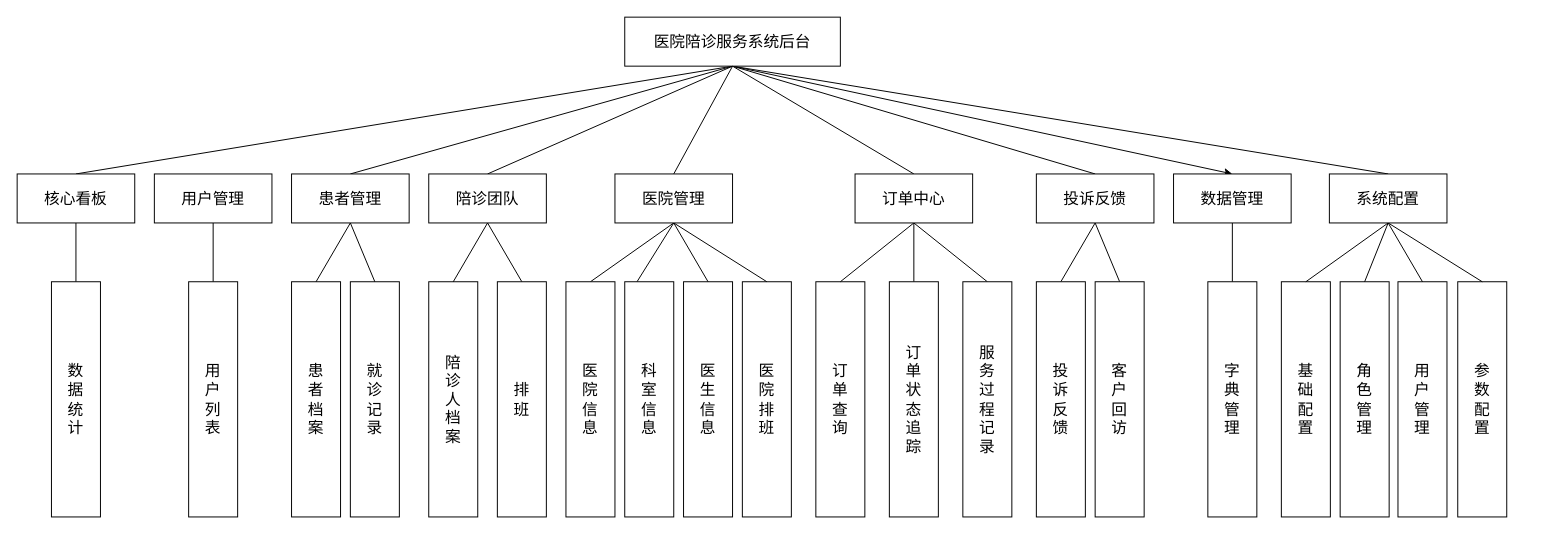
Lumirelle/the-final-poem keeps this draw.io diagram as page "用例图2" (1 of 4) of docs/我的文档/过程文档/THE FINAL POEM.drawio. Above is the earlier version. Source tidied: cells renumbered, new cells numbered last; positions are measured from the earlier drawing's top-left corner, leaving out a move shared by most shapes. Both pictures are drawn from the tidied source at 98%, with x=0, y=0 at pixel (17, 17).
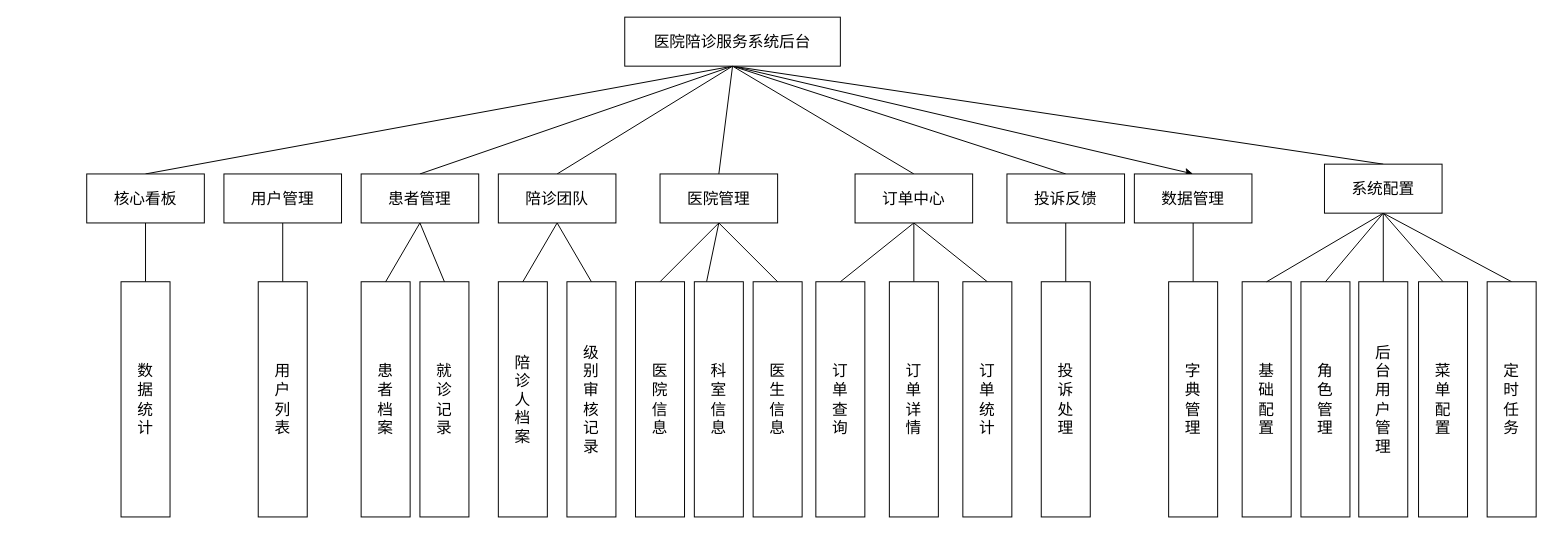
The same page after the edit.

Diff of the diagram source:
```diff
@@
-    <mxCell id="13" value="&lt;font size=&quot;3&quot;&gt;排&lt;/font&gt;&lt;div&gt;&lt;font size=&quot;3&quot;&gt;班&lt;/font&gt;&lt;/div&gt;" style="rounded=0;whiteSpace=wrap;html=1;" parent="1" vertex="1">
-      <mxGeometry x="490" y="270" width="50" height="240" as="geometry" />
+    <mxCell id="13" value="&lt;font size=&quot;3&quot;&gt;级&lt;/font&gt;&lt;div&gt;&lt;font size=&quot;3&quot;&gt;别&lt;/font&gt;&lt;br&gt;&lt;div&gt;&lt;font size=&quot;3&quot;&gt;审&lt;/font&gt;&lt;/div&gt;&lt;div&gt;&lt;font size=&quot;3&quot;&gt;核&lt;/font&gt;&lt;/div&gt;&lt;/div&gt;&lt;div&gt;&lt;font size=&quot;3&quot;&gt;记&lt;/font&gt;&lt;/div&gt;&lt;div&gt;&lt;font size=&quot;3&quot;&gt;录&lt;/font&gt;&lt;/div&gt;" style="rounded=0;whiteSpace=wrap;html=1;" parent="1" vertex="1">
+      <mxGeometry x="561" y="270" width="50" height="240" as="geometry" />
     </mxCell>
@@
     <mxCell id="15" value="&lt;span style=&quot;font-size: 16px;&quot;&gt;陪&lt;/span&gt;&lt;div&gt;&lt;span style=&quot;font-size: 16px;&quot;&gt;诊&lt;/span&gt;&lt;/div&gt;&lt;div&gt;&lt;span style=&quot;font-size: 16px;&quot;&gt;人&lt;/span&gt;&lt;/div&gt;&lt;div&gt;&lt;span style=&quot;font-size: 16px;&quot;&gt;档&lt;/span&gt;&lt;/div&gt;&lt;div&gt;&lt;span style=&quot;font-size: 16px;&quot;&gt;案&lt;/span&gt;&lt;/div&gt;" style="rounded=0;whiteSpace=wrap;html=1;" parent="1" vertex="1">
-      <mxGeometry x="420" y="270" width="50" height="240" as="geometry" />
+      <mxGeometry x="491" y="270" width="50" height="240" as="geometry" />
     </mxCell>
@@
-    <mxCell id="17" value="&lt;font size=&quot;3&quot;&gt;订&lt;/font&gt;&lt;div&gt;&lt;font size=&quot;3&quot;&gt;单&lt;/font&gt;&lt;/div&gt;&lt;div&gt;&lt;font size=&quot;3&quot;&gt;状&lt;/font&gt;&lt;/div&gt;&lt;div&gt;&lt;font size=&quot;3&quot;&gt;态&lt;/font&gt;&lt;/div&gt;&lt;div&gt;&lt;font size=&quot;3&quot;&gt;追&lt;/font&gt;&lt;/div&gt;&lt;div&gt;&lt;font size=&quot;3&quot;&gt;踪&lt;/font&gt;&lt;/div&gt;" style="rounded=0;whiteSpace=wrap;html=1;" parent="1" vertex="1">
+    <mxCell id="17" value="&lt;font size=&quot;3&quot;&gt;订&lt;/font&gt;&lt;div&gt;&lt;font size=&quot;3&quot;&gt;单&lt;/font&gt;&lt;/div&gt;&lt;div&gt;&lt;font size=&quot;3&quot;&gt;详&lt;/font&gt;&lt;/div&gt;&lt;div&gt;&lt;font size=&quot;3&quot;&gt;情&lt;/font&gt;&lt;/div&gt;" style="rounded=0;whiteSpace=wrap;html=1;" parent="1" vertex="1">
       <mxGeometry x="890" y="270" width="50" height="240" as="geometry" />
     </mxCell>
@@
-    <mxCell id="19" value="&lt;font size=&quot;3&quot;&gt;服&lt;/font&gt;&lt;div&gt;&lt;font size=&quot;3&quot;&gt;务&lt;/font&gt;&lt;/div&gt;&lt;div&gt;&lt;font size=&quot;3&quot;&gt;过&lt;/font&gt;&lt;/div&gt;&lt;div&gt;&lt;font size=&quot;3&quot;&gt;程&lt;/font&gt;&lt;/div&gt;&lt;div&gt;&lt;font size=&quot;3&quot;&gt;记&lt;/font&gt;&lt;/div&gt;&lt;div&gt;&lt;font size=&quot;3&quot;&gt;录&lt;/font&gt;&lt;/div&gt;" style="rounded=0;whiteSpace=wrap;html=1;" parent="1" vertex="1">
+    <mxCell id="19" value="&lt;font size=&quot;3&quot;&gt;订&lt;/font&gt;&lt;div&gt;&lt;font size=&quot;3&quot;&gt;单&lt;/font&gt;&lt;/div&gt;&lt;div&gt;&lt;font size=&quot;3&quot;&gt;统&lt;/font&gt;&lt;/div&gt;&lt;div&gt;&lt;font size=&quot;3&quot;&gt;计&lt;/font&gt;&lt;/div&gt;" style="rounded=0;whiteSpace=wrap;html=1;" parent="1" vertex="1">
       <mxGeometry x="965" y="270" width="50" height="240" as="geometry" />
     </mxCell>
-    <mxCell id="20" style="edgeStyle=none;html=1;exitX=0.5;exitY=0;exitDx=0;exitDy=0;entryX=0.5;entryY=1;entryDx=0;entryDy=0;fontSize=16;endArrow=none;endFill=0;" parent="1" edge="1" source="21" target="29">
-      <mxGeometry relative="1" as="geometry" />
-    </mxCell>
-    <mxCell id="21" value="&lt;span style=&quot;font-size: 16px;&quot;&gt;客&lt;/span&gt;&lt;div&gt;&lt;span style=&quot;font-size: 16px;&quot;&gt;户&lt;/span&gt;&lt;/div&gt;&lt;div&gt;&lt;span style=&quot;font-size: 16px;&quot;&gt;回&lt;/span&gt;&lt;/div&gt;&lt;div&gt;&lt;span style=&quot;font-size: 16px;&quot;&gt;访&lt;/span&gt;&lt;/div&gt;" style="rounded=0;whiteSpace=wrap;html=1;" parent="1" vertex="1">
-      <mxGeometry x="1100" y="270" width="50" height="240" as="geometry" />
-    </mxCell>
     <mxCell id="22" value="&lt;font size=&quot;3&quot;&gt;科&lt;/font&gt;&lt;div&gt;&lt;font size=&quot;3&quot;&gt;室&lt;/font&gt;&lt;/div&gt;&lt;div&gt;&lt;font size=&quot;3&quot;&gt;信&lt;/font&gt;&lt;/div&gt;&lt;div&gt;&lt;font size=&quot;3&quot;&gt;息&lt;/font&gt;&lt;/div&gt;" style="rounded=0;whiteSpace=wrap;html=1;" parent="1" vertex="1">
-      <mxGeometry x="620" y="270" width="50" height="240" as="geometry" />
+      <mxGeometry x="691" y="270" width="50" height="240" as="geometry" />
     </mxCell>
     <mxCell id="23" value="&lt;font size=&quot;3&quot;&gt;医&lt;/font&gt;&lt;div&gt;&lt;font size=&quot;3&quot;&gt;院&lt;/font&gt;&lt;/div&gt;&lt;div&gt;&lt;font size=&quot;3&quot;&gt;信&lt;/font&gt;&lt;/div&gt;&lt;div&gt;&lt;font size=&quot;3&quot;&gt;息&lt;/font&gt;&lt;/div&gt;" style="rounded=0;whiteSpace=wrap;html=1;" parent="1" vertex="1">
-      <mxGeometry x="560" y="270" width="50" height="240" as="geometry" />
+      <mxGeometry x="631" y="270" width="50" height="240" as="geometry" />
     </mxCell>
@@
     <mxCell id="25" value="&lt;span style=&quot;font-size: 16px;&quot;&gt;陪诊团队&lt;/span&gt;" style="rounded=0;whiteSpace=wrap;html=1;" parent="1" vertex="1">
-      <mxGeometry x="420" y="160" width="120" height="50" as="geometry" />
+      <mxGeometry x="491" y="160" width="120" height="50" as="geometry" />
     </mxCell>
@@
     <mxCell id="29" value="&lt;font style=&quot;font-size: 16px;&quot;&gt;投诉反馈&lt;/font&gt;" style="rounded=0;whiteSpace=wrap;html=1;" parent="1" vertex="1">
-      <mxGeometry x="1040" y="160" width="120" height="50" as="geometry" />
+      <mxGeometry x="1010" y="160" width="120" height="50" as="geometry" />
     </mxCell>
@@
     <mxCell id="31" value="&lt;div&gt;&lt;font size=&quot;3&quot;&gt;医&lt;/font&gt;&lt;/div&gt;&lt;div&gt;&lt;font size=&quot;3&quot;&gt;生&lt;/font&gt;&lt;/div&gt;&lt;div&gt;&lt;font size=&quot;3&quot;&gt;信&lt;/font&gt;&lt;/div&gt;&lt;div&gt;&lt;font size=&quot;3&quot;&gt;息&lt;/font&gt;&lt;/div&gt;" style="rounded=0;whiteSpace=wrap;html=1;" parent="1" vertex="1">
-      <mxGeometry x="680" y="270" width="50" height="240" as="geometry" />
+      <mxGeometry x="751" y="270" width="50" height="240" as="geometry" />
     </mxCell>
-    <mxCell id="32" value="&lt;font size=&quot;3&quot;&gt;医&lt;/font&gt;&lt;div&gt;&lt;font size=&quot;3&quot;&gt;院&lt;/font&gt;&lt;/div&gt;&lt;div&gt;&lt;font size=&quot;3&quot;&gt;排&lt;/font&gt;&lt;/div&gt;&lt;div&gt;&lt;font size=&quot;3&quot;&gt;班&lt;/font&gt;&lt;/div&gt;" style="rounded=0;whiteSpace=wrap;html=1;" parent="1" vertex="1">
-      <mxGeometry x="740" y="270" width="50" height="240" as="geometry" />
-    </mxCell>
@@
-    <mxCell id="34" style="edgeStyle=none;shape=connector;rounded=0;jettySize=auto;html=1;exitX=0.5;exitY=1;exitDx=0;exitDy=0;entryX=0.5;entryY=0;entryDx=0;entryDy=0;strokeColor=default;align=center;verticalAlign=middle;fontFamily=Helvetica;fontSize=11;fontColor=default;labelBackgroundColor=default;startFill=0;endArrow=none;" parent="1" edge="1" source="35" target="32">
-      <mxGeometry relative="1" as="geometry" />
-    </mxCell>
     <mxCell id="35" value="&lt;span style=&quot;font-size: 16px;&quot;&gt;医院管理&lt;/span&gt;" style="rounded=0;whiteSpace=wrap;html=1;" parent="1" vertex="1">
-      <mxGeometry x="610" y="160" width="120" height="50" as="geometry" />
+      <mxGeometry x="656" y="160" width="120" height="50" as="geometry" />
     </mxCell>
-    <mxCell id="36" value="&lt;font size=&quot;3&quot;&gt;投&lt;/font&gt;&lt;div&gt;&lt;font size=&quot;3&quot;&gt;诉&lt;/font&gt;&lt;br&gt;&lt;div&gt;&lt;font size=&quot;3&quot;&gt;反&lt;/font&gt;&lt;/div&gt;&lt;div&gt;&lt;font size=&quot;3&quot;&gt;馈&lt;/font&gt;&lt;/div&gt;&lt;/div&gt;" style="rounded=0;whiteSpace=wrap;html=1;" parent="1" vertex="1">
-      <mxGeometry x="1040" y="270" width="50" height="240" as="geometry" />
+    <mxCell id="36" value="&lt;font size=&quot;3&quot;&gt;投&lt;/font&gt;&lt;div&gt;&lt;font size=&quot;3&quot;&gt;诉&lt;/font&gt;&lt;/div&gt;&lt;div&gt;&lt;font size=&quot;3&quot;&gt;处&lt;/font&gt;&lt;/div&gt;&lt;div&gt;&lt;font size=&quot;3&quot;&gt;理&lt;/font&gt;&lt;/div&gt;" style="rounded=0;whiteSpace=wrap;html=1;" parent="1" vertex="1">
+      <mxGeometry x="1045" y="270" width="50" height="240" as="geometry" />
     </mxCell>
@@
     <mxCell id="38" value="&lt;span style=&quot;font-size: 16px;&quot;&gt;用户管理&lt;/span&gt;" style="rounded=0;whiteSpace=wrap;html=1;" parent="1" vertex="1">
-      <mxGeometry x="140" y="160" width="120" height="50" as="geometry" />
+      <mxGeometry x="211" y="160" width="120" height="50" as="geometry" />
     </mxCell>
     <mxCell id="39" value="&lt;span style=&quot;font-size: 16px;&quot;&gt;用&lt;/span&gt;&lt;div&gt;&lt;span style=&quot;font-size: 16px;&quot;&gt;户&lt;/span&gt;&lt;/div&gt;&lt;div&gt;&lt;span style=&quot;font-size: 16px;&quot;&gt;列&lt;/span&gt;&lt;/div&gt;&lt;div&gt;&lt;span style=&quot;font-size: 16px;&quot;&gt;表&lt;/span&gt;&lt;/div&gt;" style="rounded=0;whiteSpace=wrap;html=1;" parent="1" vertex="1">
-      <mxGeometry x="175" y="270" width="50" height="240" as="geometry" />
+      <mxGeometry x="246" y="270" width="50" height="240" as="geometry" />
     </mxCell>
     <mxCell id="40" value="&lt;span style=&quot;font-size: 16px;&quot;&gt;就&lt;/span&gt;&lt;div&gt;&lt;span style=&quot;font-size: 16px;&quot;&gt;诊&lt;/span&gt;&lt;/div&gt;&lt;div&gt;&lt;span style=&quot;font-size: 16px;&quot;&gt;记&lt;/span&gt;&lt;/div&gt;&lt;div&gt;&lt;span style=&quot;font-size: 16px;&quot;&gt;录&lt;/span&gt;&lt;/div&gt;" style="rounded=0;whiteSpace=wrap;html=1;" parent="1" vertex="1">
-      <mxGeometry x="340" y="270" width="50" height="240" as="geometry" />
+      <mxGeometry x="411" y="270" width="50" height="240" as="geometry" />
     </mxCell>
     <mxCell id="41" value="&lt;span style=&quot;font-size: 16px;&quot;&gt;患&lt;/span&gt;&lt;div&gt;&lt;span style=&quot;font-size: 16px;&quot;&gt;者&lt;/span&gt;&lt;br&gt;&lt;div&gt;&lt;span style=&quot;font-size: 16px;&quot;&gt;档&lt;/span&gt;&lt;/div&gt;&lt;div&gt;&lt;span style=&quot;font-size: 16px;&quot;&gt;案&lt;/span&gt;&lt;/div&gt;&lt;/div&gt;" style="rounded=0;whiteSpace=wrap;html=1;" parent="1" vertex="1">
-      <mxGeometry x="280" y="270" width="50" height="240" as="geometry" />
+      <mxGeometry x="351" y="270" width="50" height="240" as="geometry" />
     </mxCell>
@@
     <mxCell id="44" value="&lt;font style=&quot;font-size: 16px;&quot;&gt;患者管理&lt;/font&gt;" style="rounded=0;whiteSpace=wrap;html=1;" parent="1" vertex="1">
-      <mxGeometry x="280" y="160" width="120" height="50" as="geometry" />
+      <mxGeometry x="351" y="160" width="120" height="50" as="geometry" />
     </mxCell>
@@
-    <mxCell id="46" value="&lt;font size=&quot;3&quot;&gt;参&lt;/font&gt;&lt;div&gt;&lt;font size=&quot;3&quot;&gt;数&lt;/font&gt;&lt;/div&gt;&lt;div&gt;&lt;font size=&quot;3&quot;&gt;配&lt;/font&gt;&lt;/div&gt;&lt;div&gt;&lt;font size=&quot;3&quot;&gt;置&lt;/font&gt;&lt;/div&gt;" style="rounded=0;whiteSpace=wrap;html=1;" parent="1" vertex="1">
-      <mxGeometry x="1470" y="270" width="50" height="240" as="geometry" />
-    </mxCell>
     <mxCell id="47" value="&lt;font size=&quot;3&quot;&gt;基&lt;/font&gt;&lt;div&gt;&lt;font size=&quot;3&quot;&gt;础&lt;/font&gt;&lt;/div&gt;&lt;div&gt;&lt;font size=&quot;3&quot;&gt;配&lt;/font&gt;&lt;/div&gt;&lt;div&gt;&lt;font size=&quot;3&quot;&gt;置&lt;/font&gt;&lt;/div&gt;" style="rounded=0;whiteSpace=wrap;html=1;" parent="1" vertex="1">
-      <mxGeometry x="1290" y="270" width="50" height="240" as="geometry" />
+      <mxGeometry x="1250" y="270" width="50" height="240" as="geometry" />
     </mxCell>
-    <mxCell id="48" value="&lt;font size=&quot;3&quot;&gt;用&lt;/font&gt;&lt;div&gt;&lt;font size=&quot;3&quot;&gt;户&lt;/font&gt;&lt;br&gt;&lt;div&gt;&lt;font size=&quot;3&quot;&gt;管&lt;br&gt;理&lt;/font&gt;&lt;/div&gt;&lt;/div&gt;" style="rounded=0;whiteSpace=wrap;html=1;" parent="1" vertex="1">
-      <mxGeometry x="1409" y="270" width="50" height="240" as="geometry" />
+    <mxCell id="48" value="&lt;div&gt;&lt;font size=&quot;3&quot;&gt;后&lt;/font&gt;&lt;/div&gt;&lt;div&gt;&lt;font size=&quot;3&quot;&gt;台&lt;/font&gt;&lt;/div&gt;&lt;font size=&quot;3&quot;&gt;用&lt;/font&gt;&lt;div&gt;&lt;font size=&quot;3&quot;&gt;户&lt;/font&gt;&lt;br&gt;&lt;div&gt;&lt;font size=&quot;3&quot;&gt;管&lt;br&gt;理&lt;/font&gt;&lt;/div&gt;&lt;/div&gt;" style="rounded=0;whiteSpace=wrap;html=1;" parent="1" vertex="1">
+      <mxGeometry x="1369" y="270" width="50" height="240" as="geometry" />
     </mxCell>
     <mxCell id="49" value="&lt;font size=&quot;3&quot;&gt;角&lt;/font&gt;&lt;div&gt;&lt;font size=&quot;3&quot;&gt;色&lt;/font&gt;&lt;br&gt;&lt;div&gt;&lt;font size=&quot;3&quot;&gt;管&lt;br&gt;理&lt;/font&gt;&lt;/div&gt;&lt;/div&gt;" style="rounded=0;whiteSpace=wrap;html=1;" parent="1" vertex="1">
-      <mxGeometry x="1350" y="270" width="50" height="240" as="geometry" />
+      <mxGeometry x="1310" y="270" width="50" height="240" as="geometry" />
     </mxCell>
@@
-    <mxCell id="53" style="edgeStyle=none;shape=connector;rounded=0;jettySize=auto;html=1;exitX=0.5;exitY=1;exitDx=0;exitDy=0;entryX=0.5;entryY=0;entryDx=0;entryDy=0;strokeColor=default;align=center;verticalAlign=middle;fontFamily=Helvetica;fontSize=11;fontColor=default;labelBackgroundColor=default;startFill=0;endArrow=none;" parent="1" edge="1" source="54" target="46">
-      <mxGeometry relative="1" as="geometry" />
-    </mxCell>
+    <mxCell id="61" style="edgeStyle=none;shape=connector;rounded=0;jettySize=auto;html=1;exitX=0.5;exitY=1;exitDx=0;exitDy=0;entryX=0.5;entryY=0;entryDx=0;entryDy=0;strokeColor=default;align=center;verticalAlign=middle;fontFamily=Helvetica;fontSize=11;fontColor=default;labelBackgroundColor=default;startFill=0;endArrow=none;" parent="1" edge="1" source="54" target="63">
+      <mxGeometry relative="1" as="geometry" />
+    </mxCell>
+    <mxCell id="62" style="edgeStyle=none;shape=connector;rounded=0;jettySize=auto;html=1;exitX=0.5;exitY=1;exitDx=0;exitDy=0;entryX=0.5;entryY=0;entryDx=0;entryDy=0;strokeColor=default;align=center;verticalAlign=middle;fontFamily=Helvetica;fontSize=11;fontColor=default;labelBackgroundColor=default;startFill=0;endArrow=none;" parent="1" edge="1" source="54" target="64">
+      <mxGeometry relative="1" as="geometry" />
+    </mxCell>
     <mxCell id="54" value="&lt;span style=&quot;font-size: 16px;&quot;&gt;系统配置&lt;/span&gt;" style="rounded=0;whiteSpace=wrap;html=1;" parent="1" vertex="1">
-      <mxGeometry x="1339" y="160" width="120" height="50" as="geometry" />
+      <mxGeometry x="1334" y="150" width="120" height="50" as="geometry" />
     </mxCell>
@@
     <mxCell id="56" value="&lt;font style=&quot;font-size: 16px;&quot;&gt;核心看板&lt;/font&gt;" style="rounded=0;whiteSpace=wrap;html=1;" parent="1" vertex="1">
-      <mxGeometry y="160" width="120" height="50" as="geometry" />
+      <mxGeometry x="71" y="160" width="120" height="50" as="geometry" />
     </mxCell>
     <mxCell id="57" value="&lt;span style=&quot;font-size: 16px;&quot;&gt;数&lt;/span&gt;&lt;div&gt;&lt;span style=&quot;font-size: 16px;&quot;&gt;据&lt;/span&gt;&lt;/div&gt;&lt;div&gt;&lt;span style=&quot;font-size: 16px;&quot;&gt;统&lt;/span&gt;&lt;/div&gt;&lt;div&gt;&lt;span style=&quot;font-size: 16px;&quot;&gt;计&lt;/span&gt;&lt;/div&gt;" style="rounded=0;whiteSpace=wrap;html=1;" parent="1" vertex="1">
-      <mxGeometry x="35" y="270" width="50" height="240" as="geometry" />
+      <mxGeometry x="106" y="270" width="50" height="240" as="geometry" />
     </mxCell>
@@
     <mxCell id="59" value="&lt;font style=&quot;font-size: 16px;&quot;&gt;数据管理&lt;/font&gt;" style="rounded=0;whiteSpace=wrap;html=1;" parent="1" vertex="1">
-      <mxGeometry x="1180" y="160" width="120" height="50" as="geometry" />
+      <mxGeometry x="1140" y="160" width="120" height="50" as="geometry" />
     </mxCell>
     <mxCell id="60" value="&lt;font size=&quot;3&quot;&gt;字&lt;/font&gt;&lt;div&gt;&lt;font size=&quot;3&quot;&gt;典&lt;/font&gt;&lt;/div&gt;&lt;div&gt;&lt;font size=&quot;3&quot;&gt;管&lt;/font&gt;&lt;/div&gt;&lt;div&gt;&lt;font size=&quot;3&quot;&gt;理&lt;/font&gt;&lt;/div&gt;" style="rounded=0;whiteSpace=wrap;html=1;" parent="1" vertex="1">
-      <mxGeometry x="1215" y="270" width="50" height="240" as="geometry" />
+      <mxGeometry x="1175" y="270" width="50" height="240" as="geometry" />
     </mxCell>
+    <mxCell id="63" value="&lt;div&gt;&lt;font size=&quot;3&quot;&gt;菜&lt;/font&gt;&lt;/div&gt;&lt;div&gt;&lt;font size=&quot;3&quot;&gt;单&lt;/font&gt;&lt;/div&gt;&lt;div&gt;&lt;font size=&quot;3&quot;&gt;配&lt;/font&gt;&lt;/div&gt;&lt;div&gt;&lt;font size=&quot;3&quot;&gt;置&lt;/font&gt;&lt;/div&gt;" style="rounded=0;whiteSpace=wrap;html=1;" parent="1" vertex="1">
+      <mxGeometry x="1430" y="270" width="50" height="240" as="geometry" />
+    </mxCell>
+    <mxCell id="64" value="&lt;div&gt;&lt;font size=&quot;3&quot;&gt;定&lt;/font&gt;&lt;/div&gt;&lt;div&gt;&lt;font size=&quot;3&quot;&gt;时&lt;/font&gt;&lt;/div&gt;&lt;div&gt;&lt;font size=&quot;3&quot;&gt;任&lt;/font&gt;&lt;/div&gt;&lt;div&gt;&lt;font size=&quot;3&quot;&gt;务&lt;/font&gt;&lt;/div&gt;" style="rounded=0;whiteSpace=wrap;html=1;" parent="1" vertex="1">
+      <mxGeometry x="1500" y="270" width="50" height="240" as="geometry" />
+    </mxCell>
```
